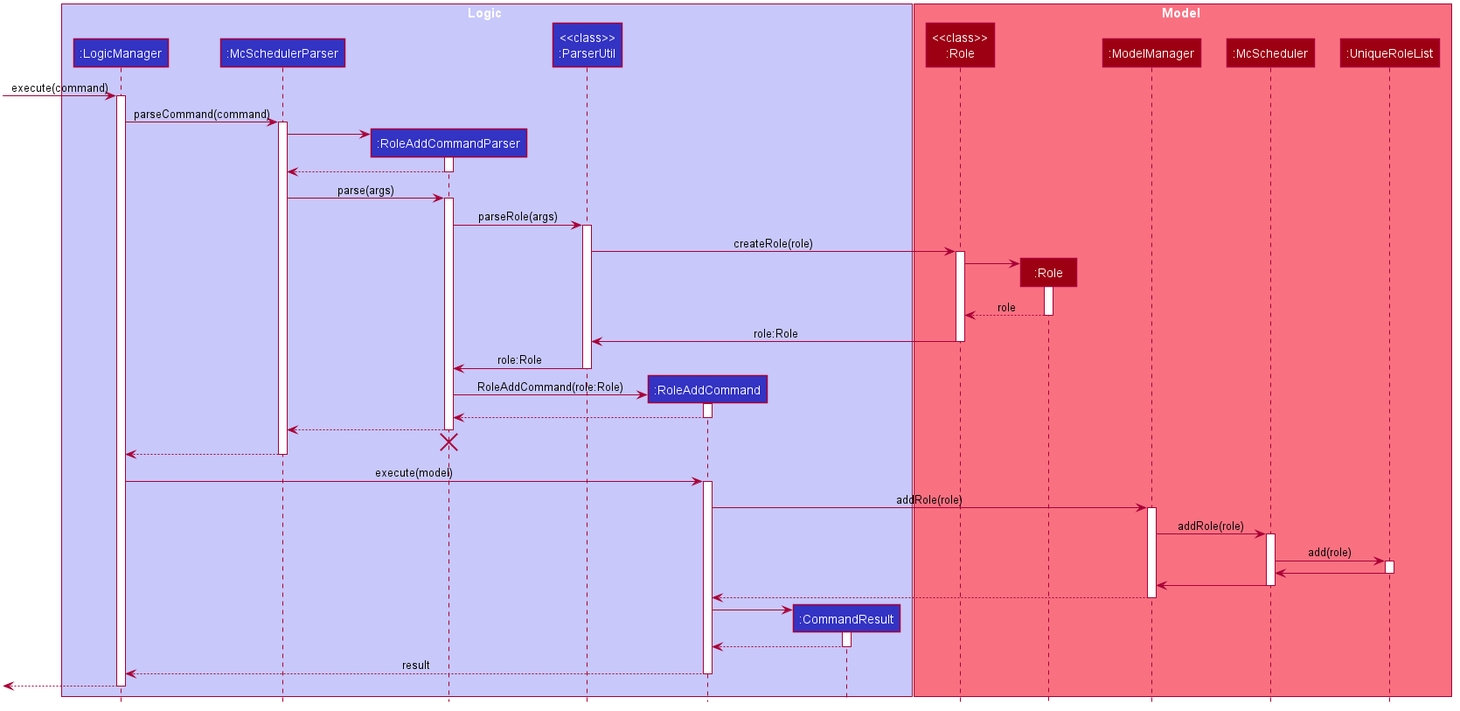
Before: docs/images/AddRoleSequenceDiagram.png, a diagram exported from PlantUML (wakululuu/tp).
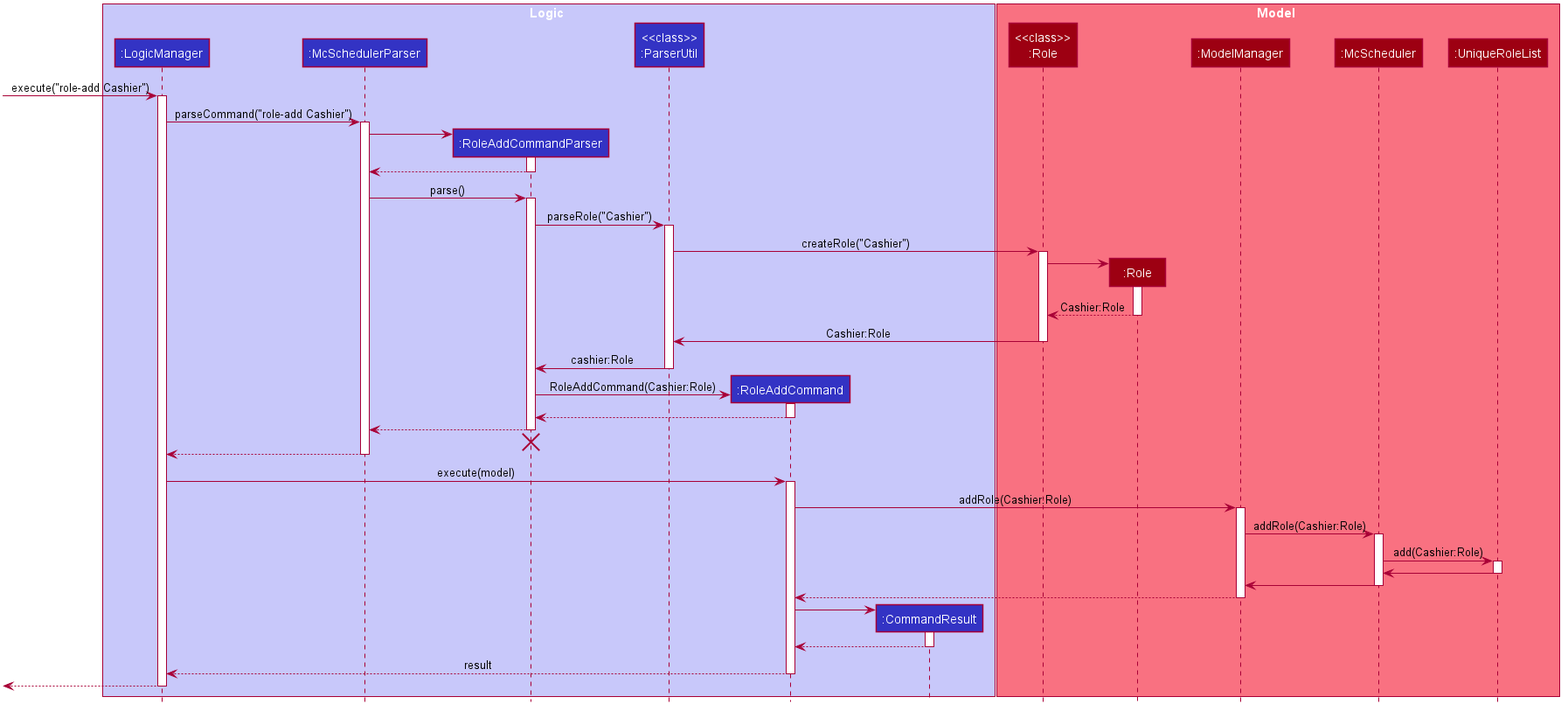
The same diagram one commit later.

Commit message:
Update UML diagram for roles

Change to the diagram source:
```diff
@@ -68,10 +68,10 @@
 participant ":UniqueRoleList" as UniqueRoleList #9D0012
 end box
 
-[-> LogicManager : execute(command)
+[-> LogicManager : execute("role-add Cashier")
 activate LogicManager
 
-LogicManager -> McSchedulerParser : parseCommand(command)
+LogicManager -> McSchedulerParser : parseCommand("role-add Cashier")
 activate McSchedulerParser
 
 create RoleAddCommandParser
@@ -81,30 +81,30 @@
 RoleAddCommandParser --> McSchedulerParser
 deactivate RoleAddCommandParser
 
-McSchedulerParser -> RoleAddCommandParser : parse(args)
+McSchedulerParser -> RoleAddCommandParser : parse()
 activate RoleAddCommandParser
 
-RoleAddCommandParser -> ParserUtil : parseRole(args)
+RoleAddCommandParser -> ParserUtil : parseRole("Cashier")
 activate ParserUtil
 
-ParserUtil -> Role_CLASS : createRole(role)
+ParserUtil -> Role_CLASS : createRole("Cashier")
 activate Role_CLASS
 
 create Role
 Role_CLASS -> Role
 activate Role
 
-return role
+return Cashier:Role
 deactivate Role
 
-Role_CLASS -> ParserUtil : role:Role
+Role_CLASS -> ParserUtil : Cashier:Role
 deactivate Role_CLASS
 
-ParserUtil -> RoleAddCommandParser : role:Role
+ParserUtil -> RoleAddCommandParser : cashier:Role
 deactivate ParserUtil
 
 create RoleAddCommand
-RoleAddCommandParser -> RoleAddCommand : RoleAddCommand(role:Role)
+RoleAddCommandParser -> RoleAddCommand : RoleAddCommand(Cashier:Role)
 activate RoleAddCommand
 
 
@@ -122,13 +122,13 @@
 LogicManager -> RoleAddCommand : execute(model)
 activate RoleAddCommand
 
-RoleAddCommand -> ModelManager : addRole(role)
+RoleAddCommand -> ModelManager : addRole(Cashier:Role)
 activate ModelManager
 
-ModelManager -> McScheduler : addRole(role)
+ModelManager -> McScheduler : addRole(Cashier:Role)
 activate McScheduler
 
-McScheduler -> UniqueRoleList : add(role)
+McScheduler -> UniqueRoleList : add(Cashier:Role)
 activate UniqueRoleList
 
 UniqueRoleList -> McScheduler
```
